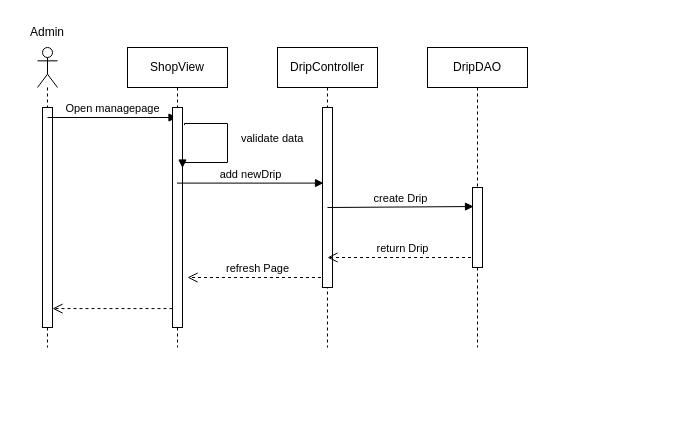
This is specification/diagrams/Drip_insert_sequence.drawio from gyarmati21/Drip-Shop, a draw.io file, before an edit. Source tidied: cells renumbered, new cells numbered last; positions are measured from the earlier drawing's top-left corner, leaving out a move shared by most shapes. Both pictures are drawn from the tidied source at 100%, with x=0, y=0 at pixel (17, 17).
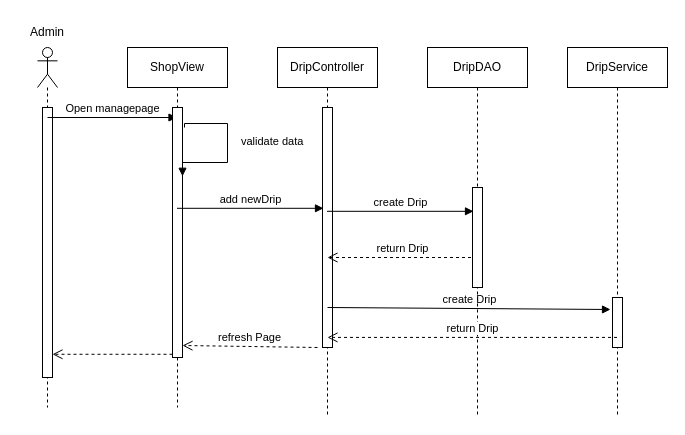
Above is the later version.

Commit message (it also covers changes not shown here):
Repair usecase

The edit, as a diff of the source:
```diff
@@
     <mxCell id="2" style="shape=umlLifeline;participant=umlActor;perimeter=lifelinePerimeter;whiteSpace=wrap;html=1;verticalAlign=top;spacingTop=36;" parent="1" vertex="1">
-      <mxGeometry x="20" y="30" width="20" height="300" as="geometry" />
+      <mxGeometry x="20" y="30" width="20" height="360" as="geometry" />
     </mxCell>
     <mxCell id="3" style="html=1;points=[];perimeter=orthogonalPerimeter;" parent="2" vertex="1">
-      <mxGeometry x="5" y="60" width="10" height="220" as="geometry" />
+      <mxGeometry x="5" y="60" width="10" height="270" as="geometry" />
     </mxCell>
@@
     <mxCell id="5" value="ShopView" style="shape=umlLifeline;perimeter=lifelinePerimeter;whiteSpace=wrap;html=1;outlineConnect=0;" parent="1" vertex="1">
-      <mxGeometry x="110" y="30" width="100" height="300" as="geometry" />
+      <mxGeometry x="110" y="30" width="100" height="360" as="geometry" />
     </mxCell>
     <mxCell id="6" style="html=1;points=[];perimeter=orthogonalPerimeter;" parent="5" vertex="1">
-      <mxGeometry x="45" y="60" width="10" height="220" as="geometry" />
+      <mxGeometry x="45" y="60" width="10" height="250" as="geometry" />
     </mxCell>
@@
-    <mxCell id="8" value="refresh Page" style="html=1;verticalAlign=bottom;endArrow=open;dashed=1;endSize=8;rounded=0;" parent="5" edge="1" source="9">
-      <mxGeometry relative="1" as="geometry">
-        <mxPoint x="60" y="230" as="targetPoint" />
-      </mxGeometry>
-    </mxCell>
     <mxCell id="9" value="DripController" style="shape=umlLifeline;perimeter=lifelinePerimeter;whiteSpace=wrap;html=1;outlineConnect=0;" parent="1" vertex="1">
-      <mxGeometry x="260" y="30" width="100" height="300" as="geometry" />
+      <mxGeometry x="260" y="30" width="100" height="370" as="geometry" />
     </mxCell>
     <mxCell id="10" style="html=1;points=[];perimeter=orthogonalPerimeter;" parent="9" vertex="1">
-      <mxGeometry x="45" y="60" width="10" height="180" as="geometry" />
+      <mxGeometry x="45" y="60" width="10" height="240" as="geometry" />
     </mxCell>
-    <mxCell id="11" value="create Drip" style="html=1;verticalAlign=bottom;endArrow=block;rounded=0;entryX=0.1;entryY=0.238;entryDx=0;entryDy=0;entryPerimeter=0;" parent="9" edge="1" target="14">
-      <mxGeometry relative="1" as="geometry">
-        <mxPoint x="50" y="160" as="sourcePoint" />
-      </mxGeometry>
-    </mxCell>
@@
+    <mxCell id="18" value="create Drip" style="html=1;verticalAlign=bottom;endArrow=block;rounded=0;entryX=-0.2;entryY=0.24;entryDx=0;entryDy=0;entryPerimeter=0;" parent="9" edge="1" target="20">
+      <mxGeometry relative="1" as="geometry">
+        <mxPoint x="50" y="260" as="sourcePoint" />
+      </mxGeometry>
+    </mxCell>
     <mxCell id="13" value="DripDAO" style="shape=umlLifeline;perimeter=lifelinePerimeter;whiteSpace=wrap;html=1;outlineConnect=0;" parent="1" vertex="1">
-      <mxGeometry x="410" y="30" width="100" height="300" as="geometry" />
+      <mxGeometry x="410" y="30" width="100" height="370" as="geometry" />
     </mxCell>
     <mxCell id="14" style="html=1;points=[];perimeter=orthogonalPerimeter;" parent="13" vertex="1">
-      <mxGeometry x="45" y="140" width="10" height="80" as="geometry" />
+      <mxGeometry x="45" y="140" width="10" height="100" as="geometry" />
     </mxCell>
@@
+    <mxCell id="19" value="DripService" style="shape=umlLifeline;perimeter=lifelinePerimeter;whiteSpace=wrap;html=1;outlineConnect=0;" parent="1" vertex="1">
+      <mxGeometry x="550" y="30" width="100" height="370" as="geometry" />
+    </mxCell>
+    <mxCell id="20" style="html=1;points=[];perimeter=orthogonalPerimeter;" parent="19" vertex="1">
+      <mxGeometry x="45" y="250" width="10" height="50" as="geometry" />
+    </mxCell>
+    <mxCell id="11" value="create Drip" style="html=1;verticalAlign=bottom;endArrow=block;rounded=0;entryX=0.1;entryY=0.238;entryDx=0;entryDy=0;entryPerimeter=0;" parent="1" edge="1" source="9" target="14">
+      <mxGeometry relative="1" as="geometry" />
+    </mxCell>
+    <mxCell id="8" value="refresh Page" style="html=1;verticalAlign=bottom;endArrow=open;dashed=1;endSize=8;rounded=0;entryX=1;entryY=0.952;entryDx=0;entryDy=0;entryPerimeter=0;" parent="1" edge="1" target="6">
+      <mxGeometry relative="1" as="geometry">
+        <mxPoint x="300" y="330" as="sourcePoint" />
+      </mxGeometry>
+    </mxCell>
+    <mxCell id="21" value="return Drip" style="html=1;verticalAlign=bottom;endArrow=open;dashed=1;endSize=8;rounded=0;entryX=0.5;entryY=0.958;entryDx=0;entryDy=0;entryPerimeter=0;" parent="1" edge="1" source="19" target="10">
+      <mxGeometry relative="1" as="geometry" />
+    </mxCell>
```
